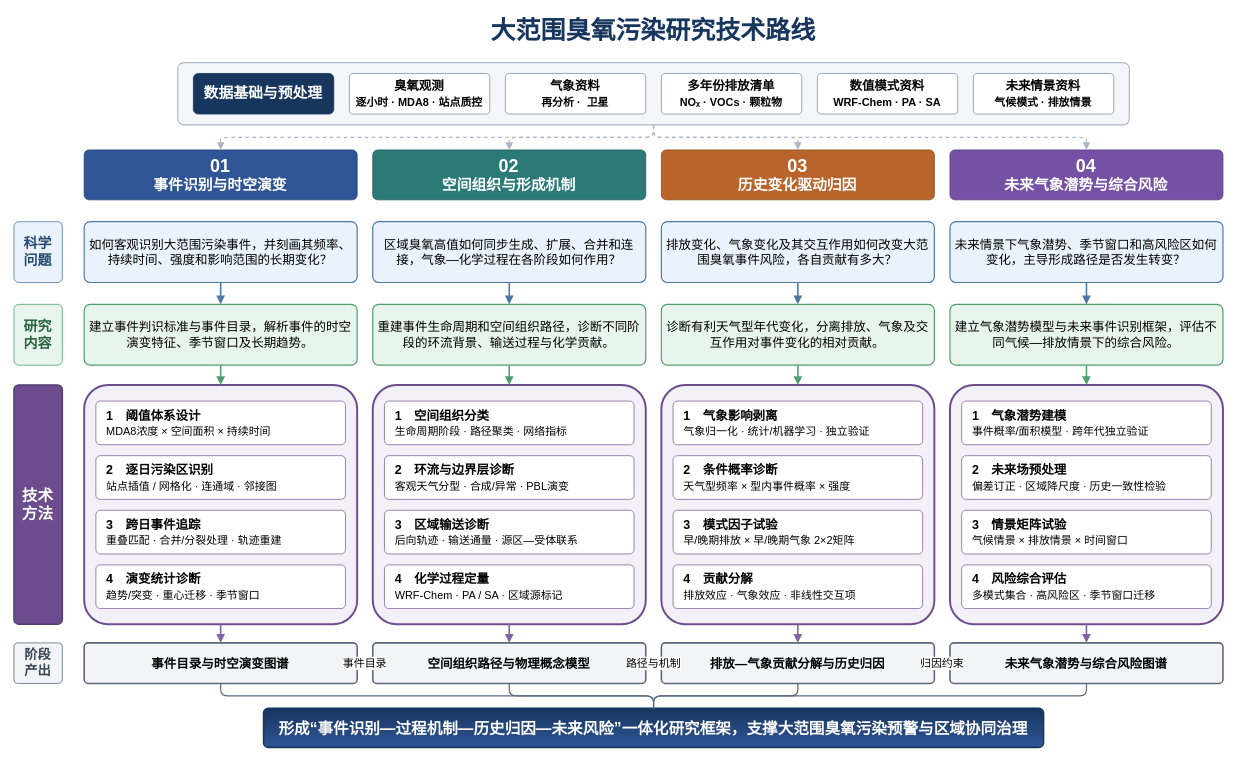
Earlier version of the draw.io diagram 技术路线图v1.drawio (abc12580abc/workflow). Source tidied: cells renumbered, new cells numbered last; positions are measured from the earlier drawing's top-left corner, leaving out a move shared by most shapes. Both pictures are drawn from the tidied source at 78%, with x=0, y=0 at pixel (13, 13).
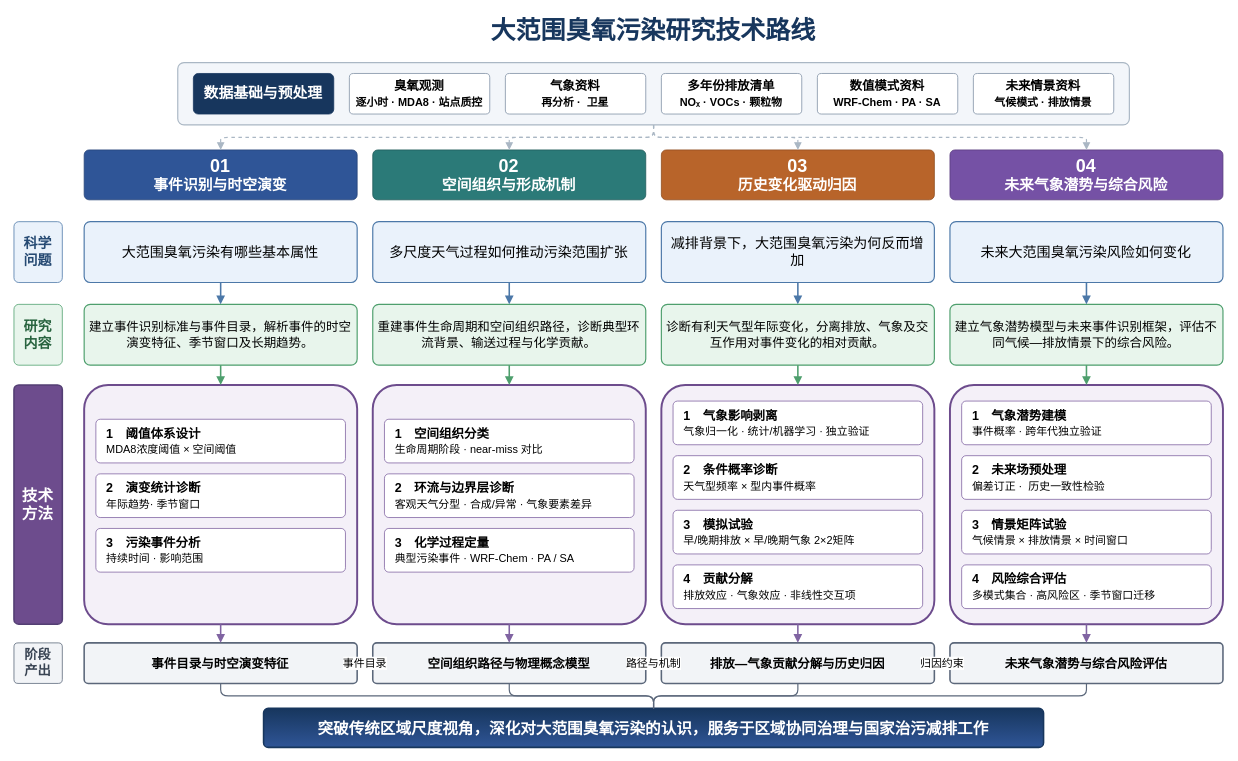
The same diagram, later.

Commit message:
技术路线图v2.drawio

The edit, as a diff of the source:
```diff
@@
-    <mxCell id="18" value="如何客观识别大范围污染事件，并刻画其频率、持续时间、强度和影响范围的长期变化？" style="rounded=1;whiteSpace=wrap;html=1;fillColor=#EAF2FB;strokeColor=#4C78A8;strokeWidth=1.5;fontFamily=Microsoft YaHei;fontSize=16;align=center;verticalAlign=middle;spacing=8;arcSize=10;" parent="1" vertex="1">
+    <mxCell id="18" value="&lt;font style=&quot;font-size: 18px;&quot;&gt;&lt;span style=&quot;font-family: 黑体;&quot;&gt;大范围臭氧污染&lt;/span&gt;&lt;span style=&quot;font-family: 黑体;&quot;&gt;有哪些基本属性&lt;/span&gt;&lt;/font&gt;" style="rounded=1;whiteSpace=wrap;html=1;fillColor=#EAF2FB;strokeColor=#4C78A8;strokeWidth=1.5;fontFamily=Microsoft YaHei;fontSize=16;align=center;verticalAlign=middle;spacing=8;arcSize=10;" parent="1" vertex="1">
       <mxGeometry x="90.4" y="266.7" width="350" height="78" as="geometry" />
     </mxCell>
-    <mxCell id="19" value="区域臭氧高值如何同步生成、扩展、合并和连接，气象—化学过程在各阶段如何作用？" style="rounded=1;whiteSpace=wrap;html=1;fillColor=#EAF2FB;strokeColor=#4C78A8;strokeWidth=1.5;fontFamily=Microsoft YaHei;fontSize=16;align=center;verticalAlign=middle;spacing=8;arcSize=10;" parent="1" vertex="1">
+    <mxCell id="19" value="&lt;span style=&quot;font-family: 黑体;&quot;&gt;&lt;font style=&quot;font-size: 18px;&quot;&gt;多尺度天气过程如何推动污染范围扩张&lt;/font&gt;&lt;/span&gt;" style="rounded=1;whiteSpace=wrap;html=1;fillColor=#EAF2FB;strokeColor=#4C78A8;strokeWidth=1.5;fontFamily=Microsoft YaHei;fontSize=16;align=center;verticalAlign=middle;spacing=8;arcSize=10;" parent="1" vertex="1">
       <mxGeometry x="460.4" y="266.7" width="350" height="78" as="geometry" />
     </mxCell>
-    <mxCell id="20" value="排放变化、气象变化及其交互作用如何改变大范围臭氧事件风险，各自贡献有多大？" style="rounded=1;whiteSpace=wrap;html=1;fillColor=#EAF2FB;strokeColor=#4C78A8;strokeWidth=1.5;fontFamily=Microsoft YaHei;fontSize=16;align=center;verticalAlign=middle;spacing=8;arcSize=10;" parent="1" vertex="1">
+    <mxCell id="20" value="&lt;span style=&quot;font-family: 黑体;&quot;&gt;&lt;font style=&quot;font-size: 18px;&quot;&gt;减排背景下，大范围臭氧污染为何反而增加&lt;/font&gt;&lt;/span&gt;" style="rounded=1;whiteSpace=wrap;html=1;fillColor=#EAF2FB;strokeColor=#4C78A8;strokeWidth=1.5;fontFamily=Microsoft YaHei;fontSize=16;align=center;verticalAlign=middle;spacing=8;arcSize=10;" parent="1" vertex="1">
       <mxGeometry x="830.4" y="266.7" width="350" height="78" as="geometry" />
     </mxCell>
-    <mxCell id="21" value="未来情景下气象潜势、季节窗口和高风险区如何变化，主导形成路径是否发生转变？" style="rounded=1;whiteSpace=wrap;html=1;fillColor=#EAF2FB;strokeColor=#4C78A8;strokeWidth=1.5;fontFamily=Microsoft YaHei;fontSize=16;align=center;verticalAlign=middle;spacing=8;arcSize=10;" parent="1" vertex="1">
+    <mxCell id="21" value="&lt;span style=&quot;font-family: 黑体;&quot;&gt;&lt;font style=&quot;font-size: 18px;&quot;&gt;未来大范围臭氧污染风险如何变化&lt;/font&gt;&lt;/span&gt;" style="rounded=1;whiteSpace=wrap;html=1;fillColor=#EAF2FB;strokeColor=#4C78A8;strokeWidth=1.5;fontFamily=Microsoft YaHei;fontSize=16;align=center;verticalAlign=middle;spacing=8;arcSize=10;" parent="1" vertex="1">
       <mxGeometry x="1200.4" y="266.7" width="350" height="78" as="geometry" />
     </mxCell>
-    <mxCell id="22" value="建立事件判识标准与事件目录，解析事件的时空演变特征、季节窗口及长期趋势。" style="rounded=1;whiteSpace=wrap;html=1;fillColor=#E8F5EC;strokeColor=#4E9F6D;strokeWidth=1.5;fontFamily=Microsoft YaHei;fontSize=16;align=center;verticalAlign=middle;spacing=8;arcSize=10;" parent="1" vertex="1">
+    <mxCell id="22" value="建立事件识别标准与事件目录，解析事件的时空演变特征、季节窗口及长期趋势。" style="rounded=1;whiteSpace=wrap;html=1;fillColor=#E8F5EC;strokeColor=#4E9F6D;strokeWidth=1.5;fontFamily=Microsoft YaHei;fontSize=16;align=center;verticalAlign=middle;spacing=8;arcSize=10;" parent="1" vertex="1">
       <mxGeometry x="90.4" y="372.7" width="350" height="78" as="geometry" />
     </mxCell>
-    <mxCell id="23" value="重建事件生命周期和空间组织路径，诊断不同阶段的环流背景、输送过程与化学贡献。" style="rounded=1;whiteSpace=wrap;html=1;fillColor=#E8F5EC;strokeColor=#4E9F6D;strokeWidth=1.5;fontFamily=Microsoft YaHei;fontSize=16;align=center;verticalAlign=middle;spacing=8;arcSize=10;" parent="1" vertex="1">
+    <mxCell id="23" value="重建事件生命周期和空间组织路径，诊断典型环流背景、输送过程与化学贡献。" style="rounded=1;whiteSpace=wrap;html=1;fillColor=#E8F5EC;strokeColor=#4E9F6D;strokeWidth=1.5;fontFamily=Microsoft YaHei;fontSize=16;align=center;verticalAlign=middle;spacing=8;arcSize=10;" parent="1" vertex="1">
       <mxGeometry x="460.4" y="372.7" width="350" height="78" as="geometry" />
     </mxCell>
-    <mxCell id="24" value="诊断有利天气型年代变化，分离排放、气象及交互作用对事件变化的相对贡献。" style="rounded=1;whiteSpace=wrap;html=1;fillColor=#E8F5EC;strokeColor=#4E9F6D;strokeWidth=1.5;fontFamily=Microsoft YaHei;fontSize=16;align=center;verticalAlign=middle;spacing=8;arcSize=10;" parent="1" vertex="1">
+    <mxCell id="24" value="诊断有利天气型年际变化，分离排放、气象及交互作用对事件变化的相对贡献。" style="rounded=1;whiteSpace=wrap;html=1;fillColor=#E8F5EC;strokeColor=#4E9F6D;strokeWidth=1.5;fontFamily=Microsoft YaHei;fontSize=16;align=center;verticalAlign=middle;spacing=8;arcSize=10;" parent="1" vertex="1">
       <mxGeometry x="830.4" y="372.7" width="350" height="78" as="geometry" />
     </mxCell>
@@
-    <mxCell id="30" value="&lt;b&gt;1　阈值体系设计&lt;/b&gt;&lt;br&gt;&lt;font style=&quot;font-size:14px&quot;&gt;MDA8浓度 × 空间面积 × 持续时间&lt;/font&gt;" style="rounded=1;whiteSpace=wrap;html=1;fillColor=#FFFFFF;strokeColor=#8064A2;fontFamily=Microsoft YaHei;fontSize=16;align=left;verticalAlign=middle;spacingLeft=12;arcSize=10;" parent="1" vertex="1">
-      <mxGeometry x="105.4" y="496.7" width="320" height="56" as="geometry" />
+    <mxCell id="30" value="&lt;b&gt;1　阈值体系设计&lt;/b&gt;&lt;br&gt;&lt;font style=&quot;font-size:14px&quot;&gt;MDA8浓度阈值 × 空间阈值&lt;/font&gt;" style="rounded=1;whiteSpace=wrap;html=1;fillColor=#FFFFFF;strokeColor=#8064A2;fontFamily=Microsoft YaHei;fontSize=16;align=left;verticalAlign=middle;spacingLeft=12;arcSize=10;" parent="1" vertex="1">
+      <mxGeometry x="105.4" y="520" width="320" height="56" as="geometry" />
     </mxCell>
-    <mxCell id="31" value="&lt;b&gt;2　逐日污染区识别&lt;/b&gt;&lt;br&gt;&lt;font style=&quot;font-size:14px&quot;&gt;站点插值 / 网格化 · 连通域 · 邻接图&lt;/font&gt;" style="rounded=1;whiteSpace=wrap;html=1;fillColor=#FFFFFF;strokeColor=#8064A2;fontFamily=Microsoft YaHei;fontSize=16;align=left;verticalAlign=middle;spacingLeft=12;arcSize=10;" parent="1" vertex="1">
-      <mxGeometry x="105.4" y="566.7" width="320" height="56" as="geometry" />
+    <mxCell id="31" value="&lt;b&gt;3　污染事件分析&lt;/b&gt;&lt;br&gt;&lt;span style=&quot;font-size: 14px;&quot;&gt;持续时间 · 影响范围&lt;/span&gt;" style="rounded=1;whiteSpace=wrap;html=1;fillColor=#FFFFFF;strokeColor=#8064A2;fontFamily=Microsoft YaHei;fontSize=16;align=left;verticalAlign=middle;spacingLeft=12;arcSize=10;" parent="1" vertex="1">
+      <mxGeometry x="105.4" y="660" width="320" height="56" as="geometry" />
     </mxCell>
-    <mxCell id="32" value="&lt;b&gt;3　跨日事件追踪&lt;/b&gt;&lt;br&gt;&lt;font style=&quot;font-size:14px&quot;&gt;重叠匹配 · 合并/分裂处理 · 轨迹重建&lt;/font&gt;" style="rounded=1;whiteSpace=wrap;html=1;fillColor=#FFFFFF;strokeColor=#8064A2;fontFamily=Microsoft YaHei;fontSize=16;align=left;verticalAlign=middle;spacingLeft=12;arcSize=10;" parent="1" vertex="1">
-      <mxGeometry x="105.4" y="636.7" width="320" height="56" as="geometry" />
-    </mxCell>
-    <mxCell id="33" value="&lt;b&gt;4　演变统计诊断&lt;/b&gt;&lt;br&gt;&lt;font style=&quot;font-size:14px&quot;&gt;趋势/突变 · 重心迁移 · 季节窗口&lt;/font&gt;" style="rounded=1;whiteSpace=wrap;html=1;fillColor=#FFFFFF;strokeColor=#8064A2;fontFamily=Microsoft YaHei;fontSize=16;align=left;verticalAlign=middle;spacingLeft=12;arcSize=10;" parent="1" vertex="1">
-      <mxGeometry x="105.4" y="706.7" width="320" height="56" as="geometry" />
+    <mxCell id="33" value="&lt;b&gt;2　演变统计诊断&lt;/b&gt;&lt;br&gt;&lt;font style=&quot;font-size:14px&quot;&gt;年际趋势· 季节窗口&lt;/font&gt;" style="rounded=1;whiteSpace=wrap;html=1;fillColor=#FFFFFF;strokeColor=#8064A2;fontFamily=Microsoft YaHei;fontSize=16;align=left;verticalAlign=middle;spacingLeft=12;arcSize=10;" parent="1" vertex="1">
+      <mxGeometry x="105.4" y="590" width="320" height="56" as="geometry" />
     </mxCell>
-    <mxCell id="34" value="&lt;b&gt;1　空间组织分类&lt;/b&gt;&lt;br&gt;&lt;font style=&quot;font-size:14px&quot;&gt;生命周期阶段 · 路径聚类 · 网络指标&lt;/font&gt;" style="rounded=1;whiteSpace=wrap;html=1;fillColor=#FFFFFF;strokeColor=#8064A2;fontFamily=Microsoft YaHei;fontSize=16;align=left;verticalAlign=middle;spacingLeft=12;arcSize=10;" parent="1" vertex="1">
-      <mxGeometry x="475.4" y="496.7" width="320" height="56" as="geometry" />
+    <mxCell id="34" value="&lt;b&gt;1　空间组织分类&lt;/b&gt;&lt;br&gt;&lt;font style=&quot;font-size:14px&quot;&gt;生命周期阶段 · near-miss 对比&amp;nbsp;&lt;/font&gt;" style="rounded=1;whiteSpace=wrap;html=1;fillColor=#FFFFFF;strokeColor=#8064A2;fontFamily=Microsoft YaHei;fontSize=16;align=left;verticalAlign=middle;spacingLeft=12;arcSize=10;" parent="1" vertex="1">
+      <mxGeometry x="475.4" y="520" width="320" height="56" as="geometry" />
     </mxCell>
-    <mxCell id="35" value="&lt;b&gt;2　环流与边界层诊断&lt;/b&gt;&lt;br&gt;&lt;font style=&quot;font-size:14px&quot;&gt;客观天气分型 · 合成/异常 · PBL演变&lt;/font&gt;" style="rounded=1;whiteSpace=wrap;html=1;fillColor=#FFFFFF;strokeColor=#8064A2;fontFamily=Microsoft YaHei;fontSize=16;align=left;verticalAlign=middle;spacingLeft=12;arcSize=10;" parent="1" vertex="1">
-      <mxGeometry x="475.4" y="566.7" width="320" height="56" as="geometry" />
+    <mxCell id="35" value="&lt;b&gt;2　环流与边界层诊断&lt;/b&gt;&lt;br&gt;&lt;font style=&quot;font-size:14px&quot;&gt;客观天气分型 · 合成/异常 · 气象要素差异&lt;/font&gt;" style="rounded=1;whiteSpace=wrap;html=1;fillColor=#FFFFFF;strokeColor=#8064A2;fontFamily=Microsoft YaHei;fontSize=16;align=left;verticalAlign=middle;spacingLeft=12;arcSize=10;" parent="1" vertex="1">
+      <mxGeometry x="475.4" y="590" width="320" height="56" as="geometry" />
     </mxCell>
-    <mxCell id="36" value="&lt;b&gt;3　区域输送诊断&lt;/b&gt;&lt;br&gt;&lt;font style=&quot;font-size:14px&quot;&gt;后向轨迹 · 输送通量 · 源区—受体联系&lt;/font&gt;" style="rounded=1;whiteSpace=wrap;html=1;fillColor=#FFFFFF;strokeColor=#8064A2;fontFamily=Microsoft YaHei;fontSize=16;align=left;verticalAlign=middle;spacingLeft=12;arcSize=10;" parent="1" vertex="1">
-      <mxGeometry x="475.4" y="636.7" width="320" height="56" as="geometry" />
-    </mxCell>
-    <mxCell id="37" value="&lt;b&gt;4　化学过程定量&lt;/b&gt;&lt;br&gt;&lt;font style=&quot;font-size:14px&quot;&gt;WRF-Chem · PA / SA · 区域源标记&lt;/font&gt;" style="rounded=1;whiteSpace=wrap;html=1;fillColor=#FFFFFF;strokeColor=#8064A2;fontFamily=Microsoft YaHei;fontSize=16;align=left;verticalAlign=middle;spacingLeft=12;arcSize=10;" parent="1" vertex="1">
-      <mxGeometry x="475.4" y="706.7" width="320" height="56" as="geometry" />
+    <mxCell id="37" value="&lt;b&gt;3　化学过程定量&lt;/b&gt;&lt;br&gt;&lt;font style=&quot;font-size:14px&quot;&gt;典型污染事件 · WRF-Chem · PA / SA&lt;/font&gt;" style="rounded=1;whiteSpace=wrap;html=1;fillColor=#FFFFFF;strokeColor=#8064A2;fontFamily=Microsoft YaHei;fontSize=16;align=left;verticalAlign=middle;spacingLeft=12;arcSize=10;" parent="1" vertex="1">
+      <mxGeometry x="475.4" y="660" width="320" height="56" as="geometry" />
     </mxCell>
@@
-    <mxCell id="39" value="&lt;b&gt;2　条件概率诊断&lt;/b&gt;&lt;br&gt;&lt;font style=&quot;font-size:14px&quot;&gt;天气型频率 × 型内事件概率 × 强度&lt;/font&gt;" style="rounded=1;whiteSpace=wrap;html=1;fillColor=#FFFFFF;strokeColor=#8064A2;fontFamily=Microsoft YaHei;fontSize=16;align=left;verticalAlign=middle;spacingLeft=12;arcSize=10;" parent="1" vertex="1">
+    <mxCell id="39" value="&lt;b&gt;2　条件概率诊断&lt;/b&gt;&lt;br&gt;&lt;font style=&quot;font-size:14px&quot;&gt;天气型频率 × 型内事件概率&lt;/font&gt;" style="rounded=1;whiteSpace=wrap;html=1;fillColor=#FFFFFF;strokeColor=#8064A2;fontFamily=Microsoft YaHei;fontSize=16;align=left;verticalAlign=middle;spacingLeft=12;arcSize=10;" parent="1" vertex="1">
       <mxGeometry x="845.4" y="566.7" width="320" height="56" as="geometry" />
     </mxCell>
-    <mxCell id="40" value="&lt;b&gt;3　模式因子试验&lt;/b&gt;&lt;br&gt;&lt;font style=&quot;font-size:14px&quot;&gt;早/晚期排放 × 早/晚期气象 2×2矩阵&lt;/font&gt;" style="rounded=1;whiteSpace=wrap;html=1;fillColor=#FFFFFF;strokeColor=#8064A2;fontFamily=Microsoft YaHei;fontSize=16;align=left;verticalAlign=middle;spacingLeft=12;arcSize=10;" parent="1" vertex="1">
+    <mxCell id="40" value="&lt;b&gt;3　模拟试验&lt;/b&gt;&lt;br&gt;&lt;font style=&quot;font-size:14px&quot;&gt;早/晚期排放 × 早/晚期气象 2×2矩阵&lt;/font&gt;" style="rounded=1;whiteSpace=wrap;html=1;fillColor=#FFFFFF;strokeColor=#8064A2;fontFamily=Microsoft YaHei;fontSize=16;align=left;verticalAlign=middle;spacingLeft=12;arcSize=10;" parent="1" vertex="1">
       <mxGeometry x="845.4" y="636.7" width="320" height="56" as="geometry" />
     </mxCell>
@@
-    <mxCell id="42" value="&lt;b&gt;1　气象潜势建模&lt;/b&gt;&lt;br&gt;&lt;font style=&quot;font-size:14px&quot;&gt;事件概率/面积模型 · 跨年代独立验证&lt;/font&gt;" style="rounded=1;whiteSpace=wrap;html=1;fillColor=#FFFFFF;strokeColor=#8064A2;fontFamily=Microsoft YaHei;fontSize=16;align=left;verticalAlign=middle;spacingLeft=12;arcSize=10;" parent="1" vertex="1">
+    <mxCell id="42" value="&lt;b&gt;1　气象潜势建模&lt;/b&gt;&lt;br&gt;&lt;font style=&quot;font-size:14px&quot;&gt;事件概率 · 跨年代独立验证&lt;/font&gt;" style="rounded=1;whiteSpace=wrap;html=1;fillColor=#FFFFFF;strokeColor=#8064A2;fontFamily=Microsoft YaHei;fontSize=16;align=left;verticalAlign=middle;spacingLeft=12;arcSize=10;" parent="1" vertex="1">
       <mxGeometry x="1215.4" y="496.7" width="320" height="56" as="geometry" />
     </mxCell>
-    <mxCell id="43" value="&lt;b&gt;2　未来场预处理&lt;/b&gt;&lt;br&gt;&lt;font style=&quot;font-size:14px&quot;&gt;偏差订正 · 区域降尺度 · 历史一致性检验&lt;/font&gt;" style="rounded=1;whiteSpace=wrap;html=1;fillColor=#FFFFFF;strokeColor=#8064A2;fontFamily=Microsoft YaHei;fontSize=16;align=left;verticalAlign=middle;spacingLeft=12;arcSize=10;" parent="1" vertex="1">
+    <mxCell id="43" value="&lt;b&gt;2　未来场预处理&lt;/b&gt;&lt;br&gt;&lt;font style=&quot;font-size:14px&quot;&gt;偏差订正 ·&amp;nbsp; 历史一致性检验&lt;/font&gt;" style="rounded=1;whiteSpace=wrap;html=1;fillColor=#FFFFFF;strokeColor=#8064A2;fontFamily=Microsoft YaHei;fontSize=16;align=left;verticalAlign=middle;spacingLeft=12;arcSize=10;" parent="1" vertex="1">
       <mxGeometry x="1215.4" y="566.7" width="320" height="56" as="geometry" />
     </mxCell>
@@
-    <mxCell id="46" value="事件目录与时空演变图谱" style="rounded=1;whiteSpace=wrap;html=1;fillColor=#F2F4F7;strokeColor=#5B677A;strokeWidth=2;fontFamily=Microsoft YaHei;fontSize=16;fontStyle=1;align=center;verticalAlign=middle;arcSize=10;" parent="1" vertex="1">
+    <mxCell id="46" value="事件目录与时空演变特征" style="rounded=1;whiteSpace=wrap;html=1;fillColor=#F2F4F7;strokeColor=#5B677A;strokeWidth=2;fontFamily=Microsoft YaHei;fontSize=16;fontStyle=1;align=center;verticalAlign=middle;arcSize=10;" parent="1" vertex="1">
       <mxGeometry x="90.4" y="806.7" width="350" height="52" as="geometry" />
     </mxCell>
@@
-    <mxCell id="49" value="未来气象潜势与综合风险图谱" style="rounded=1;whiteSpace=wrap;html=1;fillColor=#F2F4F7;strokeColor=#5B677A;strokeWidth=2;fontFamily=Microsoft YaHei;fontSize=16;fontStyle=1;align=center;verticalAlign=middle;arcSize=10;" parent="1" vertex="1">
+    <mxCell id="49" value="未来气象潜势与综合风险评估" style="rounded=1;whiteSpace=wrap;html=1;fillColor=#F2F4F7;strokeColor=#5B677A;strokeWidth=2;fontFamily=Microsoft YaHei;fontSize=16;fontStyle=1;align=center;verticalAlign=middle;arcSize=10;" parent="1" vertex="1">
       <mxGeometry x="1200.4" y="806.7" width="350" height="52" as="geometry" />
     </mxCell>
-    <mxCell id="50" value="形成“事件识别—过程机制—历史归因—未来风险”一体化研究框架，支撑大范围臭氧污染预警与区域协同治理" style="rounded=1;whiteSpace=wrap;html=1;fillColor=#17365D;gradientColor=#2F5597;strokeColor=#17365D;strokeWidth=2;fontColor=#FFFFFF;fontFamily=Microsoft YaHei;fontSize=20;fontStyle=1;align=center;verticalAlign=middle;arcSize=12;" parent="1" vertex="1">
+    <mxCell id="50" value="&lt;font face=&quot;Microsoft YaHei&quot; style=&quot;color: rgb(255, 255, 255);&quot;&gt;&lt;span&gt;突破传统区域尺度视角&lt;/span&gt;，深化对大范围臭氧污染的认识，服务于区域协同治理与国家治污减排工作&lt;/font&gt;" style="rounded=1;whiteSpace=wrap;html=1;fillColor=#17365D;gradientColor=#2F5597;strokeColor=#17365D;strokeWidth=2;fontColor=#FFFFFF;fontFamily=Microsoft YaHei;fontSize=20;fontStyle=1;align=center;verticalAlign=middle;arcSize=12;" parent="1" vertex="1">
       <mxGeometry x="320.4" y="890.7" width="1000" height="50" as="geometry" />
     </mxCell>
```
